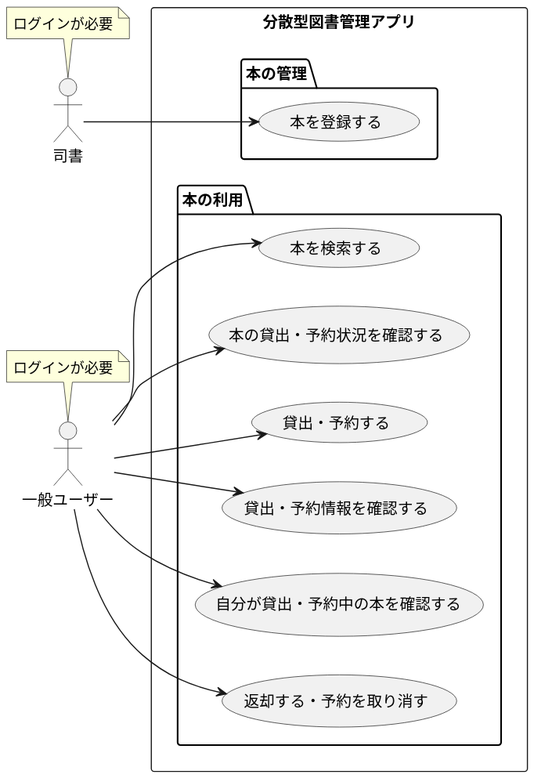
tomoki-shiozaki/distributed-library keeps this PlantUML diagram as docs/usecase/book_management_and_use/book_management_and_use.svg. Above is the earlier version.
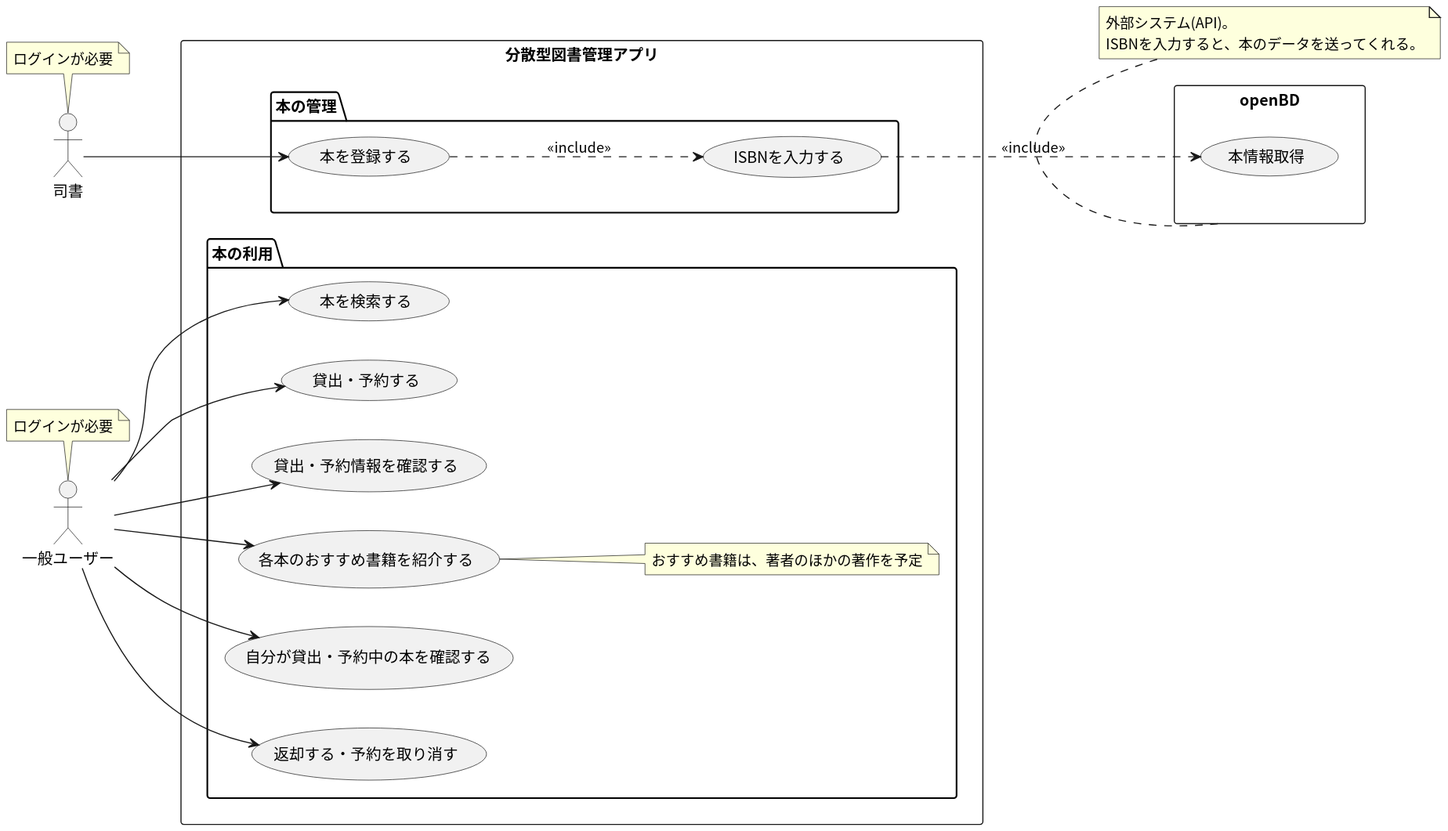
Above is the later version.

Commit message:
docs: update use case diagrams

What changed in the source:
```diff
@@ -9,27 +9,40 @@
 rectangle "分散型図書管理アプリ" {
 package "本の管理" {
   (本を登録する)
+  (本を登録する) ..> (ISBNを入力する) : <<include>>
 }
 
 package "本の利用" {
   (本を検索する)
-  (本の貸出・予約状況を確認する)
   (貸出・予約する)
+  (ISBNを入力する)
   (貸出・予約情報を確認する)
+  (各本のおすすめ書籍を紹介する)
+
 
   (自分が貸出・予約中の本を確認する)
   (返却する・予約を取り消す)
+
+  note right of (各本のおすすめ書籍を紹介する)
+  おすすめ書籍は、著者のほかの著作を予定
+  end note
+
 }
+}
+
+rectangle "openBD" {
+  (本情報取得)
 }
 
 
 loggedInLibrarian --> (本を登録する)
 
 loggedInUser --> (本を検索する)
-loggedInUser --> (本の貸出・予約状況を確認する)
 loggedInUser --> (貸出・予約する)
 loggedInUser --> (貸出・予約情報を確認する)
+loggedInUser --> (各本のおすすめ書籍を紹介する)
 
+(ISBNを入力する) ..> (本情報取得) : <<include>>
 
 loggedInUser --> (自分が貸出・予約中の本を確認する)
 loggedInUser --> (返却する・予約を取り消す)
@@ -42,4 +55,11 @@
 note top of (loggedInUser)
     ログインが必要
 end note
+
+
+
+note bottom of "openBD"
+    外部システム(API)。
+    ISBNを入力すると、本のデータを送ってくれる。
+end note
 @enduml
```
